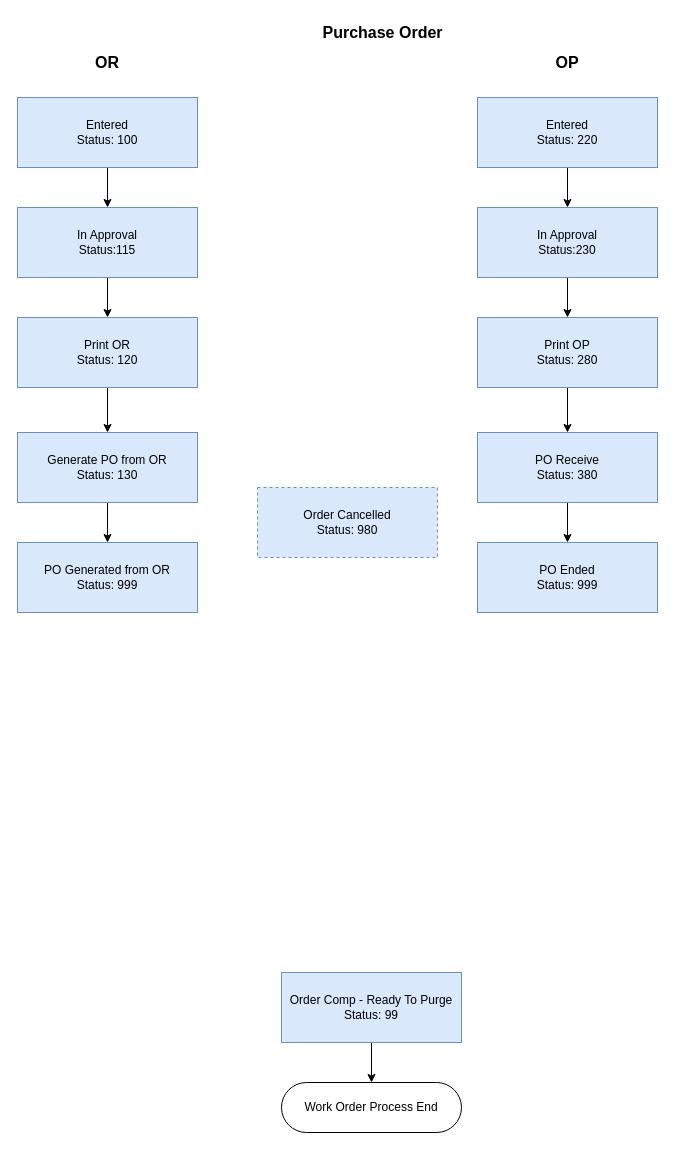
This is JDE Status Flowchart/Purchase.drawio from tuutoo/drawio-charts, a draw.io file, before an edit. Source tidied: cells renumbered, new cells numbered last; positions are measured from the earlier drawing's top-left corner, leaving out a move shared by most shapes. Both pictures are drawn from the tidied source at 100%, with x=0, y=0 at pixel (17, 17).
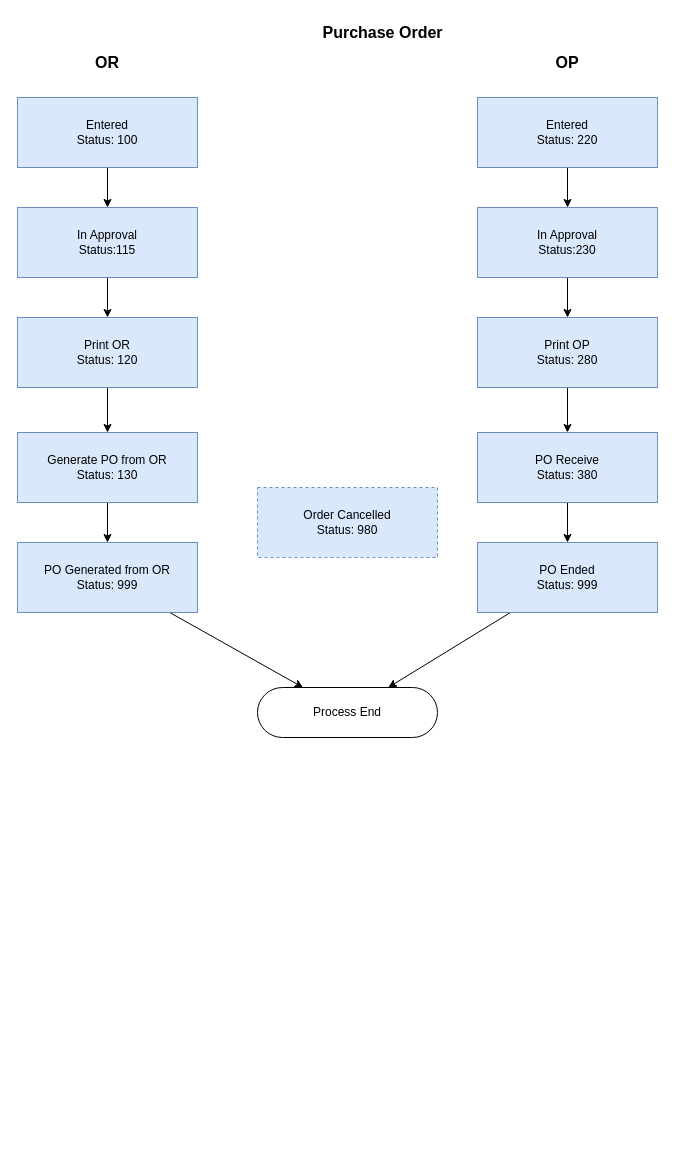
After the change.

Unchanged cells that the change refers to:
```xml
<mxCell id="15" value="PO Generated from OR&lt;br&gt;Status: 999" style="rounded=0;whiteSpace=wrap;html=1;fillColor=#dae8fc;strokeColor=#6c8ebf;" parent="1" vertex="1">
  <mxGeometry y="525" width="180" height="70" as="geometry" />
</mxCell>
<mxCell id="25" value="PO Ended&lt;br&gt;Status: 999" style="rounded=0;whiteSpace=wrap;html=1;fillColor=#dae8fc;strokeColor=#6c8ebf;" parent="1" vertex="1">
  <mxGeometry x="460" y="525" width="180" height="70" as="geometry" />
</mxCell>
```

The edit, as a diff of the source:
```diff
@@
-    <mxCell id="4" value="Work Order Process End" style="rounded=1;whiteSpace=wrap;html=1;arcSize=50;" parent="1" vertex="1">
-      <mxGeometry x="264" y="1065" width="180" height="50" as="geometry" />
+    <mxCell id="4" value="Process End" style="rounded=1;whiteSpace=wrap;html=1;arcSize=50;" parent="1" vertex="1">
+      <mxGeometry x="240" y="670" width="180" height="50" as="geometry" />
     </mxCell>
@@
-    <mxCell id="11" style="edgeStyle=none;html=1;" parent="1" edge="1" source="12" target="4">
-      <mxGeometry relative="1" as="geometry" />
-    </mxCell>
-    <mxCell id="12" value="Order Comp - Ready To Purge&lt;br&gt;Status: 99" style="rounded=0;whiteSpace=wrap;html=1;fillColor=#dae8fc;strokeColor=#6c8ebf;" parent="1" vertex="1">
-      <mxGeometry x="264" y="955" width="180" height="70" as="geometry" />
-    </mxCell>
@@
+    <mxCell id="27" style="edgeStyle=none;html=1;" parent="1" edge="1" source="15" target="4">
+      <mxGeometry relative="1" as="geometry" />
+    </mxCell>
@@
+    <mxCell id="28" style="edgeStyle=none;html=1;" parent="1" edge="1" source="25" target="4">
+      <mxGeometry relative="1" as="geometry" />
+    </mxCell>
```
